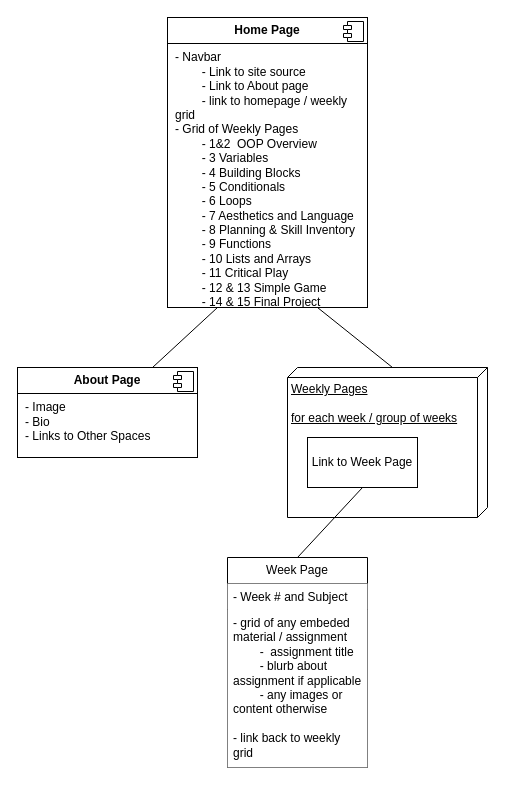
The draw.io diagram draw.io/Creative Coding Sitemap.drawio in jennymaeleidig/creative-coding-portfolio, before the edit. Source tidied: cells renumbered, new cells numbered last; positions are measured from the earlier drawing's top-left corner, leaving out a move shared by most shapes. Both pictures are drawn from the tidied source at 100%, with x=0, y=0 at pixel (17, 17).
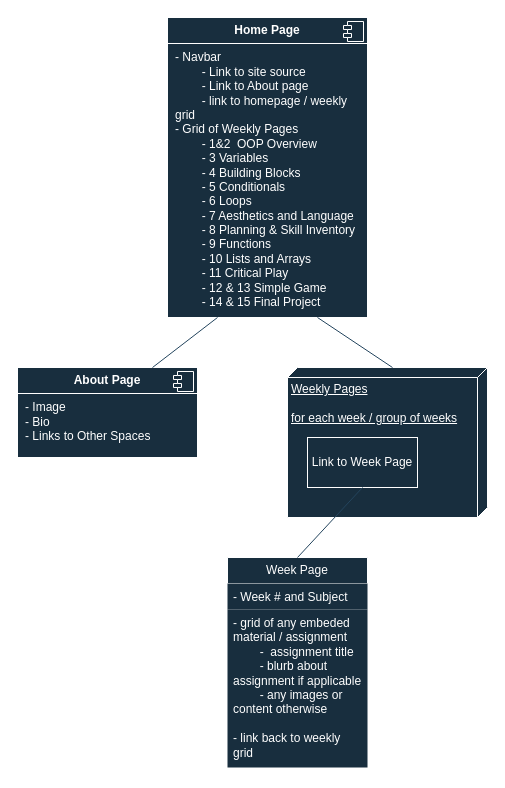
The same page after the edit.

The edit, as a diff of the source:
```diff
@@
 <mxGraphModel>
   <root>
     <mxCell id="0" />
     <mxCell id="1" parent="0" />
-    <mxCell id="2" value="&lt;p style=&quot;margin:0px;margin-top:6px;text-align:center;&quot;&gt;&lt;b&gt;Home Page&lt;/b&gt;&lt;/p&gt;&lt;hr size=&quot;1&quot; style=&quot;border-style:solid;&quot;&gt;&lt;p style=&quot;margin:0px;margin-left:8px;&quot;&gt;- Navbar&lt;/p&gt;&lt;p style=&quot;margin:0px;margin-left:8px;&quot;&gt;&lt;span style=&quot;white-space: pre;&quot;&gt;&#9;&lt;/span&gt;- Link to site source&lt;/p&gt;&lt;p style=&quot;margin:0px;margin-left:8px;&quot;&gt;&amp;nbsp;&amp;nbsp;&lt;span style=&quot;white-space: pre;&quot;&gt;&#9;&lt;/span&gt;- Link to About page&lt;/p&gt;&lt;p style=&quot;margin:0px;margin-left:8px;&quot;&gt;&lt;span style=&quot;white-space: pre;&quot;&gt;&#9;&lt;/span&gt;- link to homepage / weekly grid&lt;/p&gt;&lt;p style=&quot;margin:0px;margin-left:8px;&quot;&gt;- Grid of Weekly Pages&lt;/p&gt;&lt;p style=&quot;margin:0px;margin-left:8px;&quot;&gt;&lt;span style=&quot;white-space: pre;&quot;&gt;&#9;&lt;/span&gt;- 1&amp;amp;2&amp;nbsp; OOP Overview&lt;/p&gt;&lt;p style=&quot;margin:0px;margin-left:8px;&quot;&gt;&lt;span style=&quot;white-space: pre;&quot;&gt;&#9;&lt;/span&gt;- 3 Variables&lt;/p&gt;&lt;p style=&quot;margin:0px;margin-left:8px;&quot;&gt;&lt;span style=&quot;white-space: pre;&quot;&gt;&#9;&lt;/span&gt;- 4 Building Blocks&lt;/p&gt;&lt;p style=&quot;margin:0px;margin-left:8px;&quot;&gt;&lt;span style=&quot;white-space: pre;&quot;&gt;&#9;&lt;/span&gt;- 5 Conditionals&lt;/p&gt;&lt;p style=&quot;margin:0px;margin-left:8px;&quot;&gt;&lt;span style=&quot;white-space: pre;&quot;&gt;&#9;&lt;/span&gt;- 6 Loops&lt;/p&gt;&lt;p style=&quot;margin:0px;margin-left:8px;&quot;&gt;&lt;span style=&quot;white-space: pre;&quot;&gt;&#9;&lt;/span&gt;- 7 Aesthetics and Language&lt;/p&gt;&lt;p style=&quot;margin:0px;margin-left:8px;&quot;&gt;&lt;span style=&quot;white-space: pre;&quot;&gt;&#9;&lt;/span&gt;- 8 Planning &amp;amp; Skill Inventory&lt;/p&gt;&lt;p style=&quot;margin:0px;margin-left:8px;&quot;&gt;&lt;span style=&quot;white-space: pre;&quot;&gt;&#9;&lt;/span&gt;- 9 Functions&lt;/p&gt;&lt;p style=&quot;margin:0px;margin-left:8px;&quot;&gt;&lt;span style=&quot;white-space: pre;&quot;&gt;&#9;&lt;/span&gt;- 10 Lists and Arrays&lt;/p&gt;&lt;p style=&quot;margin:0px;margin-left:8px;&quot;&gt;&lt;span style=&quot;white-space: pre;&quot;&gt;&#9;&lt;/span&gt;- 11 Critical Play&lt;/p&gt;&lt;p style=&quot;margin:0px;margin-left:8px;&quot;&gt;&lt;span style=&quot;white-space: pre;&quot;&gt;&#9;&lt;/span&gt;- 12 &amp;amp; 13 Simple Game&lt;/p&gt;&lt;p style=&quot;margin:0px;margin-left:8px;&quot;&gt;&lt;span style=&quot;white-space: pre;&quot;&gt;&#9;&lt;/span&gt;- 14 &amp;amp; 15 Final Project&lt;/p&gt;" style="align=left;overflow=fill;html=1;whiteSpace=wrap;" parent="1" vertex="1">
-      <mxGeometry x="150" width="200" height="290" as="geometry" />
+    <mxCell id="2" value="&lt;p style=&quot;margin:0px;margin-top:6px;text-align:center;&quot;&gt;&lt;b&gt;Home Page&lt;/b&gt;&lt;/p&gt;&lt;hr size=&quot;1&quot; style=&quot;border-style:solid;&quot;&gt;&lt;p style=&quot;margin:0px;margin-left:8px;&quot;&gt;- Navbar&lt;/p&gt;&lt;p style=&quot;margin:0px;margin-left:8px;&quot;&gt;&lt;span style=&quot;white-space: pre;&quot;&gt;&#9;&lt;/span&gt;- Link to site source&lt;/p&gt;&lt;p style=&quot;margin:0px;margin-left:8px;&quot;&gt;&amp;nbsp;&amp;nbsp;&lt;span style=&quot;white-space: pre;&quot;&gt;&#9;&lt;/span&gt;- Link to About page&lt;/p&gt;&lt;p style=&quot;margin:0px;margin-left:8px;&quot;&gt;&lt;span style=&quot;white-space: pre;&quot;&gt;&#9;&lt;/span&gt;- link to homepage / weekly grid&lt;/p&gt;&lt;p style=&quot;margin:0px;margin-left:8px;&quot;&gt;- Grid of Weekly Pages&lt;/p&gt;&lt;p style=&quot;margin:0px;margin-left:8px;&quot;&gt;&lt;span style=&quot;white-space: pre;&quot;&gt;&#9;&lt;/span&gt;- 1&amp;amp;2&amp;nbsp; OOP Overview&lt;/p&gt;&lt;p style=&quot;margin:0px;margin-left:8px;&quot;&gt;&lt;span style=&quot;white-space: pre;&quot;&gt;&#9;&lt;/span&gt;- 3 Variables&lt;/p&gt;&lt;p style=&quot;margin:0px;margin-left:8px;&quot;&gt;&lt;span style=&quot;white-space: pre;&quot;&gt;&#9;&lt;/span&gt;- 4 Building Blocks&lt;/p&gt;&lt;p style=&quot;margin:0px;margin-left:8px;&quot;&gt;&lt;span style=&quot;white-space: pre;&quot;&gt;&#9;&lt;/span&gt;- 5 Conditionals&lt;/p&gt;&lt;p style=&quot;margin:0px;margin-left:8px;&quot;&gt;&lt;span style=&quot;white-space: pre;&quot;&gt;&#9;&lt;/span&gt;- 6 Loops&lt;/p&gt;&lt;p style=&quot;margin:0px;margin-left:8px;&quot;&gt;&lt;span style=&quot;white-space: pre;&quot;&gt;&#9;&lt;/span&gt;- 7 Aesthetics and Language&lt;/p&gt;&lt;p style=&quot;margin:0px;margin-left:8px;&quot;&gt;&lt;span style=&quot;white-space: pre;&quot;&gt;&#9;&lt;/span&gt;- 8 Planning &amp;amp; Skill Inventory&lt;/p&gt;&lt;p style=&quot;margin:0px;margin-left:8px;&quot;&gt;&lt;span style=&quot;white-space: pre;&quot;&gt;&#9;&lt;/span&gt;- 9 Functions&lt;/p&gt;&lt;p style=&quot;margin:0px;margin-left:8px;&quot;&gt;&lt;span style=&quot;white-space: pre;&quot;&gt;&#9;&lt;/span&gt;- 10 Lists and Arrays&lt;/p&gt;&lt;p style=&quot;margin:0px;margin-left:8px;&quot;&gt;&lt;span style=&quot;white-space: pre;&quot;&gt;&#9;&lt;/span&gt;- 11 Critical Play&lt;/p&gt;&lt;p style=&quot;margin:0px;margin-left:8px;&quot;&gt;&lt;span style=&quot;white-space: pre;&quot;&gt;&#9;&lt;/span&gt;- 12 &amp;amp; 13 Simple Game&lt;/p&gt;&lt;p style=&quot;margin:0px;margin-left:8px;&quot;&gt;&lt;span style=&quot;white-space: pre;&quot;&gt;&#9;&lt;/span&gt;- 14 &amp;amp; 15 Final Project&lt;/p&gt;" style="align=left;overflow=fill;html=1;whiteSpace=wrap;labelBackgroundColor=none;fillColor=#182E3E;strokeColor=#FFFFFF;fontColor=#FFFFFF;" parent="1" vertex="1">
+      <mxGeometry x="150" width="200" height="300" as="geometry" />
     </mxCell>
-    <mxCell id="3" style="shape=component;jettyWidth=8;jettyHeight=4;" parent="2" vertex="1">
+    <mxCell id="3" style="shape=component;jettyWidth=8;jettyHeight=4;labelBackgroundColor=none;fillColor=#182E3E;strokeColor=#FFFFFF;fontColor=#FFFFFF;" parent="2" vertex="1">
       <mxGeometry x="1" width="20" height="20" relative="1" as="geometry">
         <mxPoint x="-24" y="4" as="offset" />
       </mxGeometry>
     </mxCell>
-    <mxCell id="4" value="&lt;p style=&quot;margin:0px;margin-top:6px;text-align:center;&quot;&gt;&lt;b&gt;About Page&lt;/b&gt;&lt;/p&gt;&lt;hr size=&quot;1&quot; style=&quot;border-style:solid;&quot;&gt;&lt;p style=&quot;margin:0px;margin-left:8px;&quot;&gt;- Image&lt;/p&gt;&lt;p style=&quot;margin:0px;margin-left:8px;&quot;&gt;- Bio&lt;/p&gt;&lt;p style=&quot;margin:0px;margin-left:8px;&quot;&gt;- Links to Other Spaces&lt;/p&gt;" style="align=left;overflow=fill;html=1;whiteSpace=wrap;" parent="1" vertex="1">
+    <mxCell id="4" value="&lt;p style=&quot;margin:0px;margin-top:6px;text-align:center;&quot;&gt;&lt;b&gt;About Page&lt;/b&gt;&lt;/p&gt;&lt;hr size=&quot;1&quot; style=&quot;border-style:solid;&quot;&gt;&lt;p style=&quot;margin:0px;margin-left:8px;&quot;&gt;- Image&lt;/p&gt;&lt;p style=&quot;margin:0px;margin-left:8px;&quot;&gt;- Bio&lt;/p&gt;&lt;p style=&quot;margin:0px;margin-left:8px;&quot;&gt;- Links to Other Spaces&lt;/p&gt;" style="align=left;overflow=fill;html=1;whiteSpace=wrap;labelBackgroundColor=none;fillColor=#182E3E;strokeColor=#FFFFFF;fontColor=#FFFFFF;" parent="1" vertex="1">
       <mxGeometry y="350" width="180" height="90" as="geometry" />
     </mxCell>
-    <mxCell id="5" style="shape=component;jettyWidth=8;jettyHeight=4;" parent="4" vertex="1">
+    <mxCell id="5" style="shape=component;jettyWidth=8;jettyHeight=4;labelBackgroundColor=none;fillColor=#182E3E;strokeColor=#FFFFFF;fontColor=#FFFFFF;" parent="4" vertex="1">
       <mxGeometry x="1" width="20" height="20" relative="1" as="geometry">
         <mxPoint x="-24" y="4" as="offset" />
       </mxGeometry>
     </mxCell>
-    <mxCell id="6" value="&lt;div&gt;Weekly Pages&lt;/div&gt;&lt;div&gt;&lt;br&gt;&lt;/div&gt;for each week / group of weeks" style="verticalAlign=top;align=left;spacingTop=8;spacingLeft=2;spacingRight=12;shape=cube;size=10;direction=south;fontStyle=4;html=1;whiteSpace=wrap;" parent="1" vertex="1">
+    <mxCell id="6" value="&lt;div&gt;Weekly Pages&lt;/div&gt;&lt;div&gt;&lt;br&gt;&lt;/div&gt;for each week / group of weeks" style="verticalAlign=top;align=left;spacingTop=8;spacingLeft=2;spacingRight=12;shape=cube;size=10;direction=south;fontStyle=4;html=1;whiteSpace=wrap;labelBackgroundColor=none;fillColor=#182E3E;strokeColor=#FFFFFF;fontColor=#FFFFFF;" parent="1" vertex="1">
       <mxGeometry x="270" y="350" width="200" height="150" as="geometry" />
     </mxCell>
-    <mxCell id="7" value="Week Page" style="swimlane;fontStyle=0;horizontal=1;startSize=26;fillColor=default;whiteSpace=wrap;html=1;" parent="1" vertex="1">
+    <mxCell id="7" value="Week Page" style="swimlane;fontStyle=0;horizontal=1;startSize=26;fillColor=#182E3E;whiteSpace=wrap;html=1;labelBackgroundColor=none;strokeColor=#FFFFFF;fontColor=#FFFFFF;" parent="1" vertex="1">
       <mxGeometry x="210" y="540" width="140" height="210" as="geometry" />
     </mxCell>
-    <mxCell id="8" value="- Week # and Subject" style="text;strokeColor=none;fillColor=default;align=left;verticalAlign=top;spacingLeft=4;spacingRight=4;overflow=hidden;whiteSpace=wrap;html=1;" parent="7" vertex="1">
+    <mxCell id="8" value="- Week # and Subject" style="text;strokeColor=none;fillColor=#182E3E;align=left;verticalAlign=top;spacingLeft=4;spacingRight=4;overflow=hidden;whiteSpace=wrap;html=1;labelBackgroundColor=none;fontColor=#FFFFFF;" parent="7" vertex="1">
       <mxGeometry y="26" width="140" height="26" as="geometry" />
     </mxCell>
-    <mxCell id="9" value="&lt;div&gt;- grid of any embeded material / assignment&lt;/div&gt;&lt;div&gt;&lt;span style=&quot;white-space: pre;&quot;&gt;&#9;&lt;/span&gt;-&amp;nbsp; assignment title&lt;/div&gt;&lt;div&gt;&lt;span style=&quot;white-space: pre;&quot;&gt;&#9;&lt;/span&gt;- blurb about assignment if applicable&lt;/div&gt;&lt;div&gt;&lt;span style=&quot;white-space: pre;&quot;&gt;&#9;&lt;/span&gt;- any images or content otherwise&lt;/div&gt;&lt;div&gt;&lt;br&gt;&lt;/div&gt;&lt;div&gt;- link back to weekly grid&lt;/div&gt;" style="text;strokeColor=none;fillColor=default;align=left;verticalAlign=top;spacingLeft=4;spacingRight=4;overflow=hidden;whiteSpace=wrap;html=1;" parent="7" vertex="1">
+    <mxCell id="9" value="&lt;div&gt;- grid of any embeded material / assignment&lt;/div&gt;&lt;div&gt;&lt;span style=&quot;white-space: pre;&quot;&gt;&#9;&lt;/span&gt;-&amp;nbsp; assignment title&lt;/div&gt;&lt;div&gt;&lt;span style=&quot;white-space: pre;&quot;&gt;&#9;&lt;/span&gt;- blurb about assignment if applicable&lt;/div&gt;&lt;div&gt;&lt;span style=&quot;white-space: pre;&quot;&gt;&#9;&lt;/span&gt;- any images or content otherwise&lt;/div&gt;&lt;div&gt;&lt;br&gt;&lt;/div&gt;&lt;div&gt;- link back to weekly grid&lt;/div&gt;" style="text;strokeColor=none;fillColor=#182E3E;align=left;verticalAlign=top;spacingLeft=4;spacingRight=4;overflow=hidden;whiteSpace=wrap;html=1;labelBackgroundColor=none;fontColor=#FFFFFF;" parent="7" vertex="1">
       <mxGeometry y="52" width="140" height="158" as="geometry" />
     </mxCell>
-    <mxCell id="10" value="Link to Week Page" style="html=1;whiteSpace=wrap;" parent="1" vertex="1">
+    <mxCell id="10" value="Link to Week Page" style="html=1;whiteSpace=wrap;labelBackgroundColor=none;fillColor=#182E3E;strokeColor=#FFFFFF;fontColor=#FFFFFF;" parent="1" vertex="1">
       <mxGeometry x="290" y="420" width="110" height="50" as="geometry" />
     </mxCell>
-    <mxCell id="11" style="endArrow=none;html=1;rounded=0;exitX=0.75;exitY=0;exitDx=0;exitDy=0;entryX=0.25;entryY=1;entryDx=0;entryDy=0;" parent="1" edge="1" source="4" target="2">
+    <mxCell id="11" style="endArrow=none;html=1;rounded=0;exitX=0.75;exitY=0;exitDx=0;exitDy=0;entryX=0.25;entryY=1;entryDx=0;entryDy=0;labelBackgroundColor=none;strokeColor=#23445D;fontColor=default;" parent="1" edge="1" source="4" target="2">
       <mxGeometry relative="1" as="geometry" />
     </mxCell>
-    <mxCell id="12" style="endArrow=none;html=1;rounded=0;exitX=0.75;exitY=1;exitDx=0;exitDy=0;entryX=0;entryY=0;entryDx=0;entryDy=95;entryPerimeter=0;" parent="1" edge="1" source="2" target="6">
+    <mxCell id="12" style="endArrow=none;html=1;rounded=0;exitX=0.75;exitY=1;exitDx=0;exitDy=0;entryX=0;entryY=0;entryDx=0;entryDy=95;entryPerimeter=0;labelBackgroundColor=none;strokeColor=#23445D;fontColor=default;" parent="1" edge="1" source="2" target="6">
       <mxGeometry relative="1" as="geometry" />
     </mxCell>
-    <mxCell id="13" style="endArrow=none;html=1;rounded=0;exitX=0.5;exitY=0;exitDx=0;exitDy=0;entryX=0.5;entryY=1;entryDx=0;entryDy=0;" parent="1" edge="1" source="7" target="10">
+    <mxCell id="13" style="endArrow=none;html=1;rounded=0;exitX=0.5;exitY=0;exitDx=0;exitDy=0;entryX=0.5;entryY=1;entryDx=0;entryDy=0;labelBackgroundColor=none;strokeColor=#23445D;fontColor=default;" parent="1" edge="1" source="7" target="10">
       <mxGeometry relative="1" as="geometry" />
     </mxCell>
   </root>
 </mxGraphModel>
```
